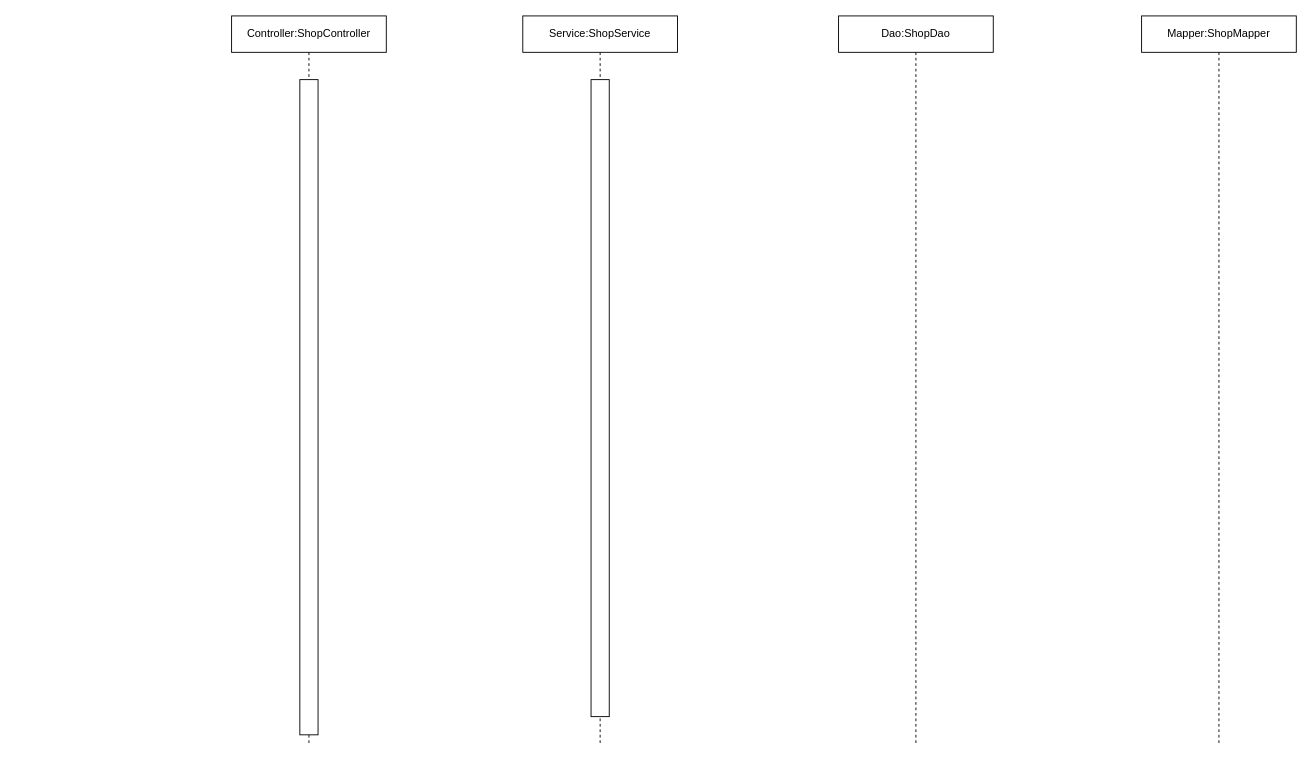
Above: OOAD小组作业/shop.drawio in app1echip/grams (draw.io), before the change. Source tidied: cells renumbered, new cells numbered last; positions are measured from the earlier drawing's top-left corner, leaving out a move shared by most shapes. Both pictures are drawn from the tidied source at 91%, with x=0, y=0 at pixel (231, 15).
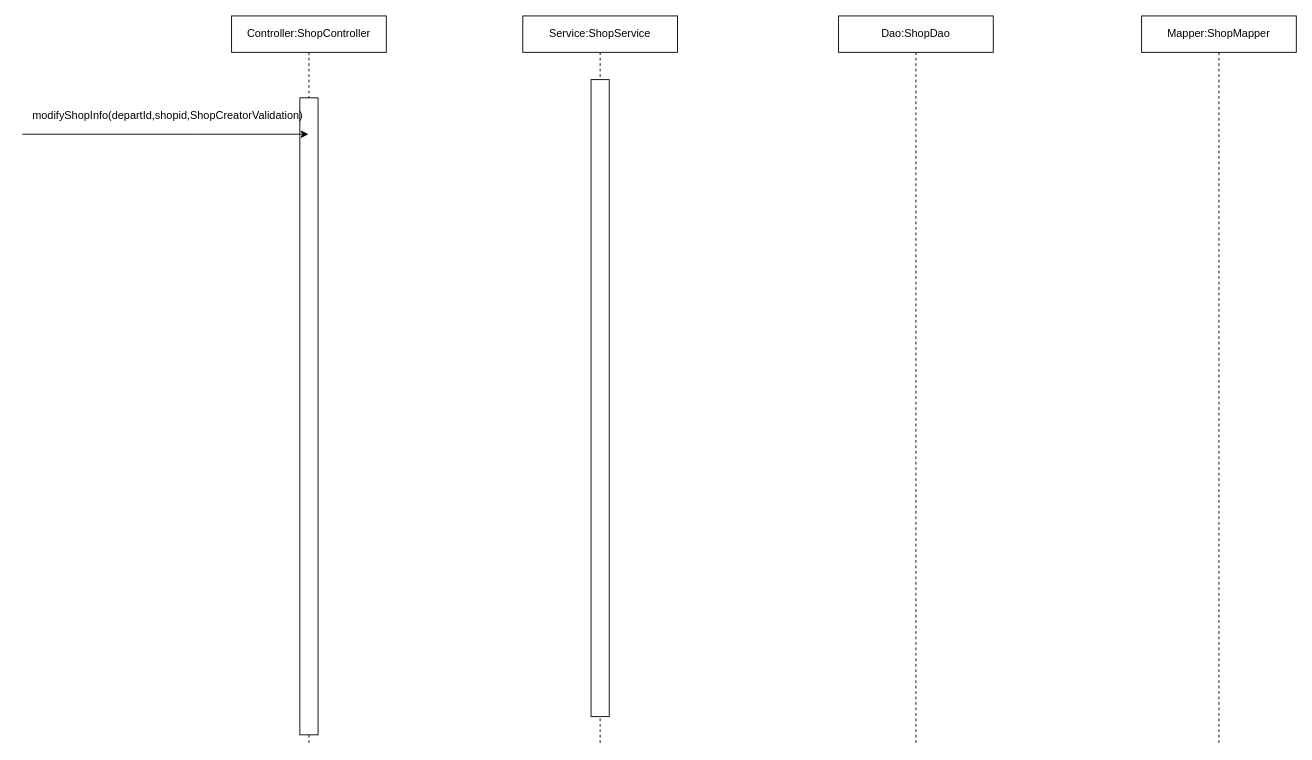
The same diagram, later.

The edit, as a diff of the source:
```diff
@@
 <mxGraphModel>
   <root>
     <mxCell id="0" />
     <mxCell id="1" parent="0" />
     <mxCell id="2" value="Controller:ShopController" style="shape=umlLifeline;perimeter=lifelinePerimeter;whiteSpace=wrap;html=1;outlineConnect=0;" parent="1" vertex="1">
       <mxGeometry width="170" height="800" as="geometry" />
     </mxCell>
     <mxCell id="3" style="rounded=0;whiteSpace=wrap;html=1;" parent="2" vertex="1">
-      <mxGeometry x="75" y="70" width="20" height="720" as="geometry" />
+      <mxGeometry x="75" y="90" width="20" height="700" as="geometry" />
     </mxCell>
     <mxCell id="4" value="Service:ShopService" style="shape=umlLifeline;perimeter=lifelinePerimeter;whiteSpace=wrap;html=1;" parent="1" vertex="1">
       <mxGeometry x="320" width="170" height="800" as="geometry" />
     </mxCell>
     <mxCell id="5" value="Dao:ShopDao" style="shape=umlLifeline;perimeter=lifelinePerimeter;whiteSpace=wrap;html=1;" parent="1" vertex="1">
       <mxGeometry x="667" width="170" height="800" as="geometry" />
     </mxCell>
     <mxCell id="6" value="Mapper:ShopMapper" style="shape=umlLifeline;perimeter=lifelinePerimeter;whiteSpace=wrap;html=1;" parent="1" vertex="1">
       <mxGeometry x="1000" width="170" height="800" as="geometry" />
     </mxCell>
     <mxCell id="7" style="rounded=0;whiteSpace=wrap;html=1;" parent="1" vertex="1">
       <mxGeometry x="395" y="70" width="20" height="700" as="geometry" />
     </mxCell>
+    <mxCell id="8" value="modifyShopInfo(departId,shopid,ShopCreatorValidation)" style="text;html=1;strokeColor=none;fillColor=none;align=center;verticalAlign=middle;whiteSpace=wrap;rounded=0;" parent="1" vertex="1">
+      <mxGeometry x="-90" y="100" width="40" height="20" as="geometry" />
+    </mxCell>
+    <mxCell id="9" style="endArrow=classic;html=1;" parent="1" edge="1" target="2">
+      <mxGeometry relative="1" as="geometry">
+        <mxPoint x="-230" y="130" as="sourcePoint" />
+        <Array as="points">
+          <mxPoint x="-50" y="130" />
+        </Array>
+      </mxGeometry>
+    </mxCell>
   </root>
 </mxGraphModel>
```
